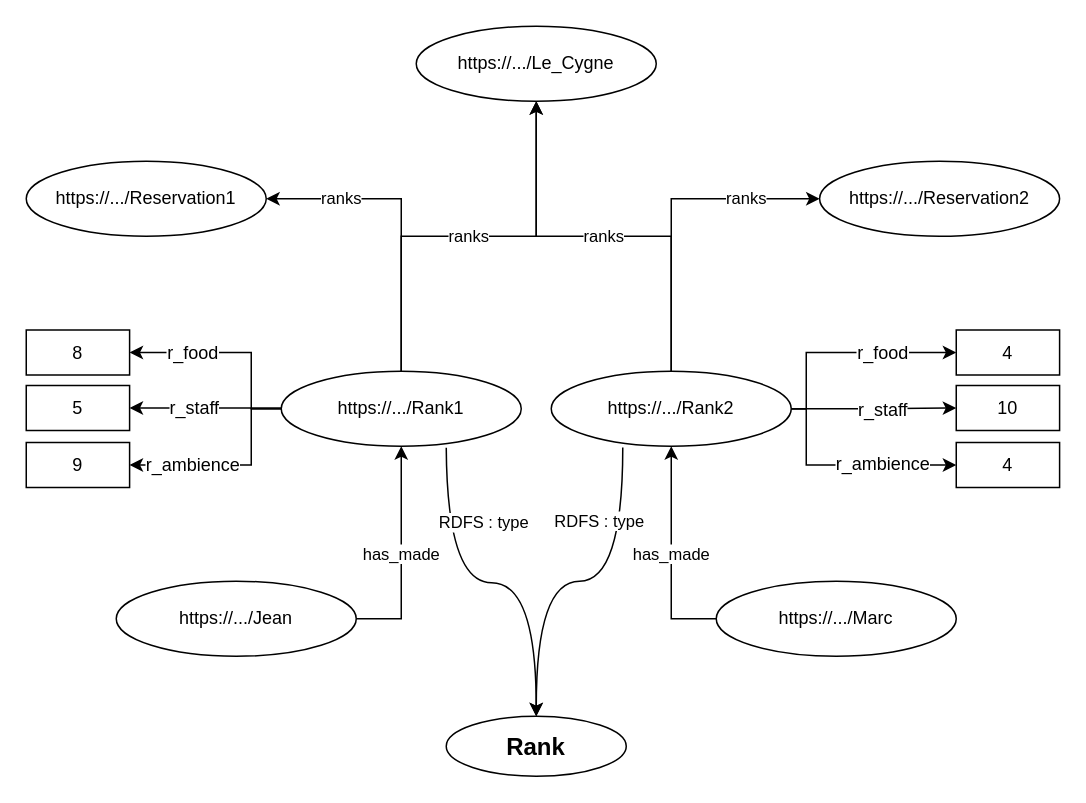
CH-KevinDubois/MAS-RAD-4-WEB-Mini-Projet keeps this draw.io diagram as schema/instanceRank.dio. Above is the earlier version. Source tidied: cells renumbered, new cells numbered last; positions are measured from the earlier drawing's top-left corner, leaving out a move shared by most shapes. Both pictures are drawn from the tidied source at 150%, with x=0, y=0 at pixel (26, 26).
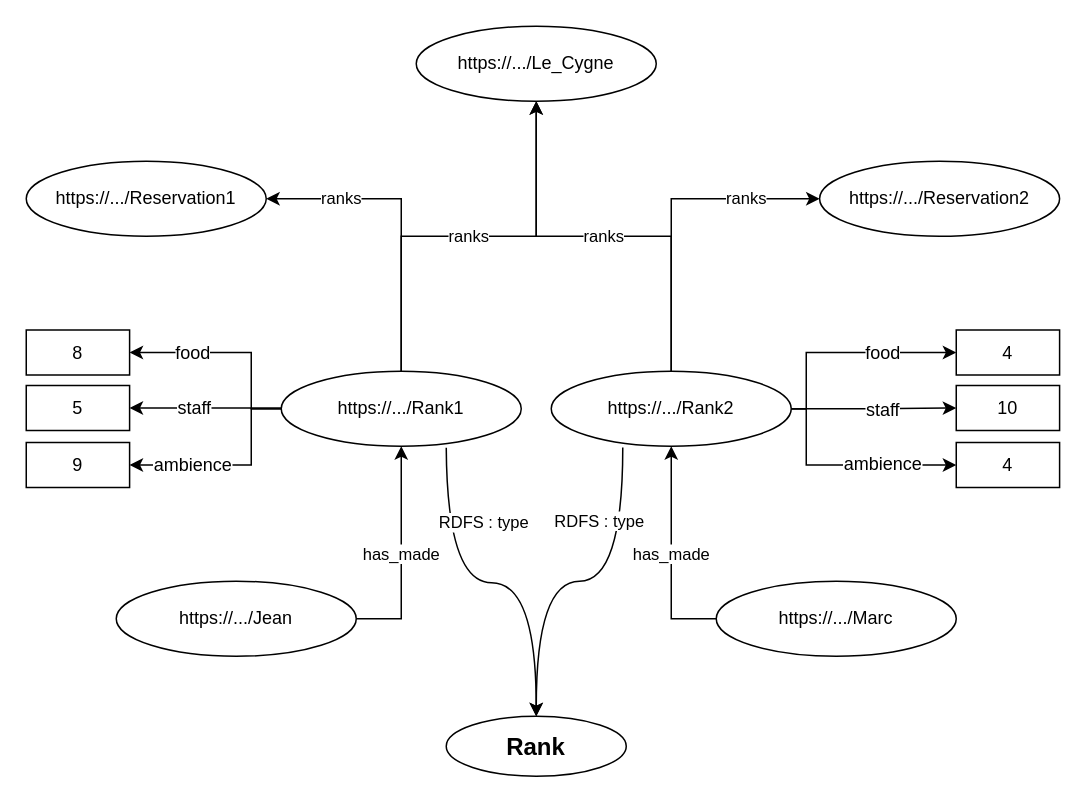
The same page after the edit.

Unchanged cells that the change refers to:
```xml
<mxCell id="7" style="edgeStyle=orthogonalEdgeStyle;rounded=0;jettySize=auto;html=1;entryX=1;entryY=0.5;entryDx=0;entryDy=0;" parent="1" edge="1" source="16" target="30">
  <mxGeometry relative="1" as="geometry">
    <Array as="points">
      <mxPoint x="150" y="255" />
      <mxPoint x="150" y="217" />
    </Array>
  </mxGeometry>
</mxCell>
<mxCell id="9" style="edgeStyle=orthogonalEdgeStyle;rounded=0;jettySize=auto;html=1;entryX=1;entryY=0.5;entryDx=0;entryDy=0;" parent="1" edge="1" source="16" target="31">
  <mxGeometry relative="1" as="geometry">
    <Array as="points">
      <mxPoint x="119" y="255" />
    </Array>
  </mxGeometry>
</mxCell>
<mxCell id="11" style="edgeStyle=orthogonalEdgeStyle;rounded=0;jettySize=auto;html=1;entryX=1;entryY=0.5;entryDx=0;entryDy=0;" parent="1" edge="1" source="16" target="32">
  <mxGeometry relative="1" as="geometry">
    <Array as="points">
      <mxPoint x="150" y="255" />
      <mxPoint x="150" y="292" />
    </Array>
  </mxGeometry>
</mxCell>
<mxCell id="19" style="edgeStyle=orthogonalEdgeStyle;rounded=0;jettySize=auto;html=1;entryX=0;entryY=0.5;entryDx=0;entryDy=0;" parent="1" edge="1" source="25" target="28">
  <mxGeometry relative="1" as="geometry" />
</mxCell>
<mxCell id="21" style="edgeStyle=orthogonalEdgeStyle;rounded=0;jettySize=auto;html=1;entryX=0;entryY=0.5;entryDx=0;entryDy=0;" parent="1" edge="1" source="25" target="29">
  <mxGeometry relative="1" as="geometry">
    <Array as="points">
      <mxPoint x="520" y="255" />
      <mxPoint x="520" y="293" />
    </Array>
  </mxGeometry>
</mxCell>
<mxCell id="25" value="https://.../Rank2" style="ellipse;whiteSpace=wrap;html=1;" parent="1" vertex="1">
  <mxGeometry x="350" y="230" width="160" height="50" as="geometry" />
</mxCell>
<mxCell id="27" value="4" style="rounded=0;whiteSpace=wrap;html=1;" parent="1" vertex="1">
  <mxGeometry x="620" y="202.5" width="68.9" height="30" as="geometry" />
</mxCell>
```

Change to the diagram source:
```diff
@@
-    <mxCell id="8" value="&lt;span style=&quot;font-size: 12px&quot;&gt;r_food&lt;/span&gt;" style="edgeLabel;html=1;align=center;verticalAlign=middle;" parent="7" vertex="1">
+    <mxCell id="8" value="&lt;span style=&quot;font-size: 12px&quot;&gt;food&lt;/span&gt;" style="edgeLabel;html=1;align=center;verticalAlign=middle;" parent="7" vertex="1">
       <mxGeometry x="0.3" y="1" relative="1" as="geometry">
         <mxPoint x="-7" y="-1" as="offset" />
       </mxGeometry>
     </mxCell>
@@
-    <mxCell id="10" value="&lt;span style=&quot;font-size: 12px&quot;&gt;r_staff&lt;/span&gt;" style="edgeLabel;html=1;align=center;verticalAlign=middle;" parent="9" vertex="1">
+    <mxCell id="10" value="&lt;span style=&quot;font-size: 12px&quot;&gt;staff&lt;/span&gt;" style="edgeLabel;html=1;align=center;verticalAlign=middle;" parent="9" vertex="1">
       <mxGeometry x="0.16" y="1" relative="1" as="geometry">
         <mxPoint y="-1" as="offset" />
       </mxGeometry>
     </mxCell>
@@
-    <mxCell id="12" value="&lt;span style=&quot;font-size: 12px&quot;&gt;r_ambience&lt;/span&gt;" style="edgeLabel;html=1;align=center;verticalAlign=middle;" parent="11" vertex="1">
+    <mxCell id="12" value="&lt;span style=&quot;font-size: 12px&quot;&gt;ambience&lt;/span&gt;" style="edgeLabel;html=1;align=center;verticalAlign=middle;" parent="11" vertex="1">
       <mxGeometry x="0.24" relative="1" as="geometry">
         <mxPoint x="-11.3" as="offset" />
       </mxGeometry>
     </mxCell>
@@
-    <mxCell id="18" value="&lt;span style=&quot;font-size: 12px&quot;&gt;r_food&lt;/span&gt;" style="edgeStyle=orthogonalEdgeStyle;rounded=0;jettySize=auto;html=1;entryX=0;entryY=0.5;entryDx=0;entryDy=0;" parent="1" edge="1" source="25" target="27">
+    <mxCell id="18" value="&lt;span style=&quot;font-size: 12px&quot;&gt;food&lt;/span&gt;" style="edgeStyle=orthogonalEdgeStyle;rounded=0;jettySize=auto;html=1;entryX=0;entryY=0.5;entryDx=0;entryDy=0;" parent="1" edge="1" source="25" target="27">
       <mxGeometry x="0.32" relative="1" as="geometry">
         <Array as="points">
           <mxPoint x="520" y="255" />
           <mxPoint x="520" y="218" />
         </Array>
         <mxPoint x="1" as="offset" />
       </mxGeometry>
     </mxCell>
@@
-    <mxCell id="20" value="&lt;span style=&quot;font-size: 12px&quot;&gt;r_staff&lt;/span&gt;" style="edgeLabel;html=1;align=center;verticalAlign=middle;" parent="19" vertex="1">
+    <mxCell id="20" value="&lt;span style=&quot;font-size: 12px&quot;&gt;staff&lt;/span&gt;" style="edgeLabel;html=1;align=center;verticalAlign=middle;" parent="19" vertex="1">
       <mxGeometry y="10" relative="1" as="geometry">
         <mxPoint x="15" as="offset" />
       </mxGeometry>
     </mxCell>
@@
-    <mxCell id="22" value="&lt;span style=&quot;font-size: 12px&quot;&gt;r_ambience&lt;/span&gt;" style="edgeLabel;html=1;align=center;verticalAlign=middle;" parent="21" vertex="1">
+    <mxCell id="22" value="&lt;span style=&quot;font-size: 12px&quot;&gt;ambience&lt;/span&gt;" style="edgeLabel;html=1;align=center;verticalAlign=middle;" parent="21" vertex="1">
       <mxGeometry x="0.07" y="1" relative="1" as="geometry">
         <mxPoint x="18.5" as="offset" />
       </mxGeometry>
     </mxCell>
```
